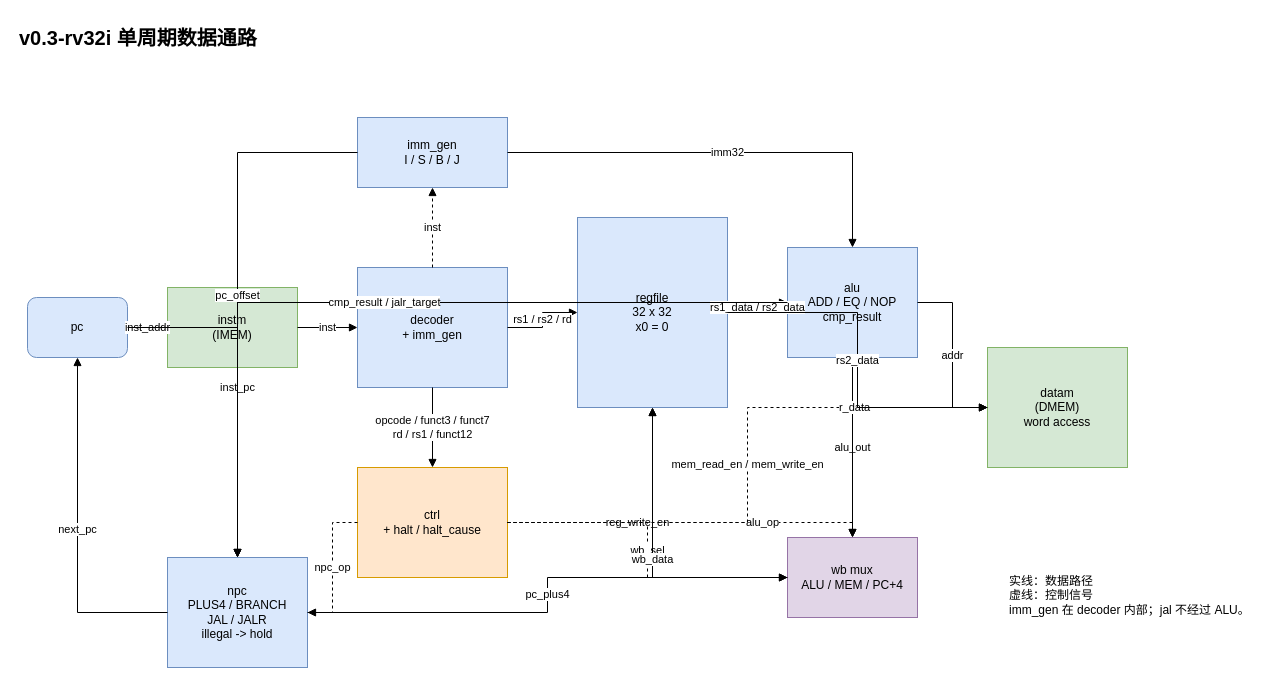
Before: docs/arch/datapath.drawio in LacusENI/my_cup, a draw.io diagram. Source tidied: cells renumbered, new cells numbered last; positions are measured from the earlier drawing's top-left corner, leaving out a move shared by most shapes. Both pictures are drawn from the tidied source at 100%, with x=0, y=0 at pixel (17, 17).
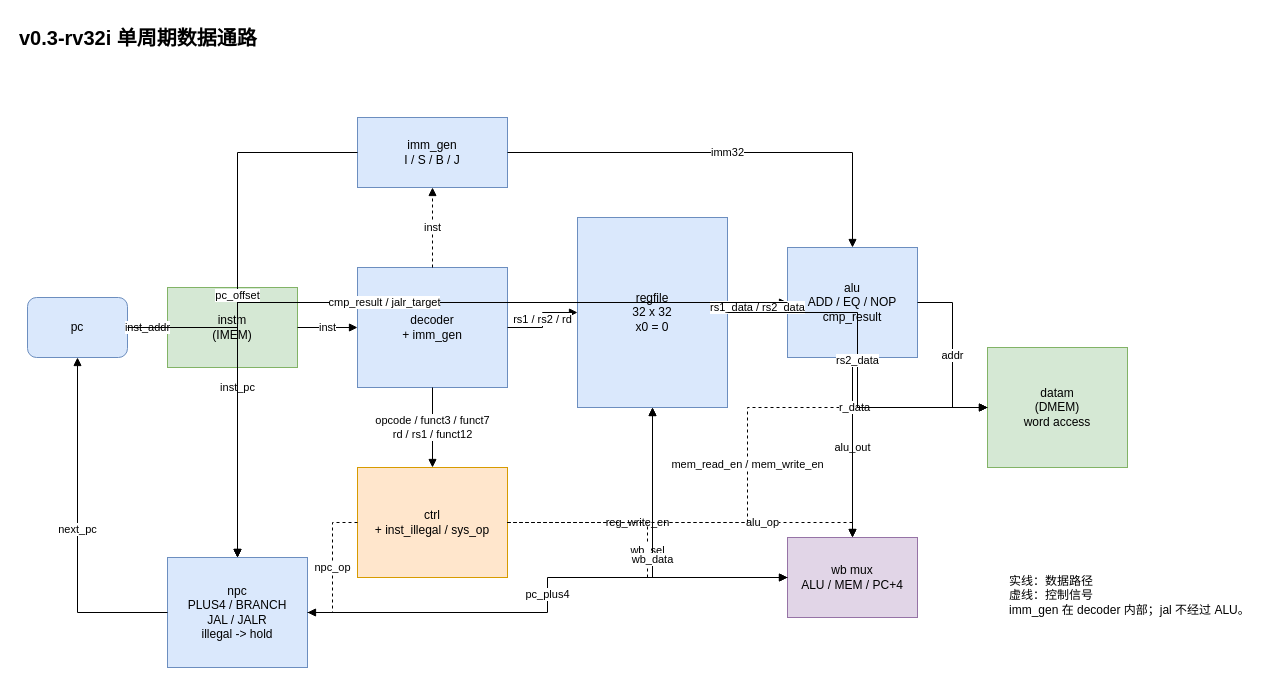
Above is the later version.

The edit, as a diff of the source:
```diff
@@
-    <mxCell id="7" value="ctrl&#10;+ halt / halt_cause" style="rounded=0;whiteSpace=wrap;html=1;fillColor=#ffe6cc;strokeColor=#d79b00;" parent="1" vertex="1">
+    <mxCell id="7" value="ctrl&#10;+ inst_illegal / sys_op" style="rounded=0;whiteSpace=wrap;html=1;fillColor=#ffe6cc;strokeColor=#d79b00;" parent="1" vertex="1">
       <mxGeometry x="340" y="450" width="150" height="110" as="geometry" />
     </mxCell>
```
